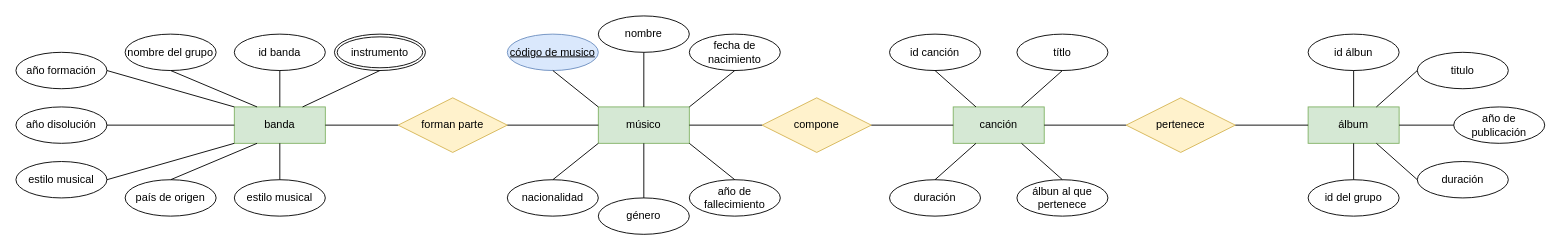
Above: page "Paso 3" (3 of 4) of Tareas/Tema 2/Tarea 11/Ejercicio11.drawio in JCarlosAR032/base-de-datos (draw.io), before the change. Source tidied: cells renumbered, new cells numbered last; positions are measured from the earlier drawing's top-left corner, leaving out a move shared by most shapes. Both pictures are drawn from the tidied source at 91%, with x=0, y=0 at pixel (15, 15).
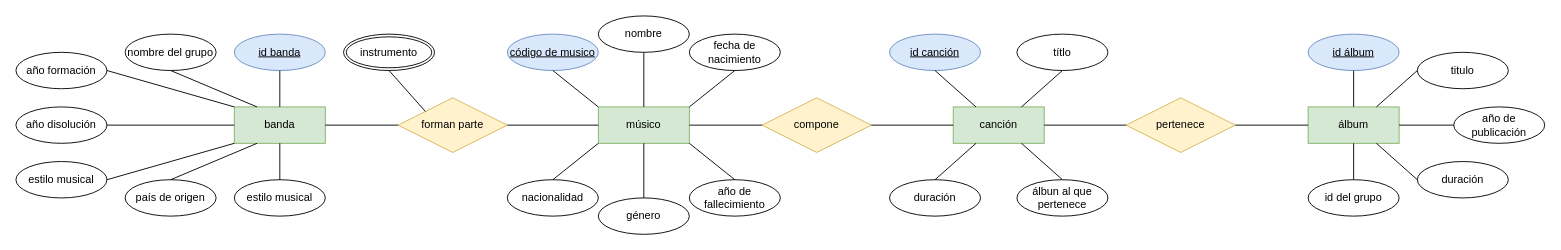
The same page after the edit.

The change refers to these unchanged cells:
```xml
<mxCell id="4" value="forman parte" style="shape=rhombus;perimeter=rhombusPerimeter;whiteSpace=wrap;html=1;align=center;fillColor=#fff2cc;strokeColor=#d6b656;" parent="1" vertex="1">
  <mxGeometry x="420" y="90" width="120" height="60" as="geometry" />
</mxCell>
<mxCell id="5" value="banda" style="whiteSpace=wrap;html=1;align=center;fillColor=#d5e8d4;strokeColor=#82b366;" parent="1" vertex="1">
  <mxGeometry x="240" y="100" width="100" height="40" as="geometry" />
</mxCell>
```

The edit, as a diff of the source:
```diff
@@
-    <mxCell id="27" value="id banda" style="ellipse;whiteSpace=wrap;html=1;align=center;" parent="1" vertex="1">
+    <mxCell id="27" value="&lt;u&gt;id banda&lt;/u&gt;" style="ellipse;whiteSpace=wrap;html=1;align=center;fillColor=#dae8fc;strokeColor=#6c8ebf;" parent="1" vertex="1">
       <mxGeometry x="240" y="20" width="100" height="40" as="geometry" />
     </mxCell>
@@
-    <mxCell id="41" value="id álbun" style="ellipse;whiteSpace=wrap;html=1;align=center;" parent="1" vertex="1">
+    <mxCell id="41" value="&lt;u&gt;id álbum&lt;/u&gt;" style="ellipse;whiteSpace=wrap;html=1;align=center;fillColor=#dae8fc;strokeColor=#6c8ebf;" parent="1" vertex="1">
       <mxGeometry x="1420" y="20" width="100" height="40" as="geometry" />
     </mxCell>
@@
-    <mxCell id="51" value="id canción" style="ellipse;whiteSpace=wrap;html=1;align=center;" parent="1" vertex="1">
+    <mxCell id="51" value="&lt;u&gt;id canción&lt;/u&gt;" style="ellipse;whiteSpace=wrap;html=1;align=center;fillColor=#dae8fc;strokeColor=#6c8ebf;" parent="1" vertex="1">
       <mxGeometry x="960" y="20" width="100" height="40" as="geometry" />
     </mxCell>
@@
     <mxCell id="59" value="instrumento" style="ellipse;shape=doubleEllipse;margin=3;whiteSpace=wrap;html=1;align=center;" parent="1" vertex="1">
-      <mxGeometry x="350" y="20" width="100" height="40" as="geometry" />
+      <mxGeometry x="360" y="20" width="100" height="40" as="geometry" />
     </mxCell>
-    <mxCell id="60" style="endArrow=none;html=1;rounded=0;entryX=0.5;entryY=1;entryDx=0;entryDy=0;exitX=0.75;exitY=0;exitDx=0;exitDy=0;" parent="1" edge="1" source="5" target="59">
+    <mxCell id="60" style="endArrow=none;html=1;rounded=0;entryX=0.5;entryY=1;entryDx=0;entryDy=0;exitX=0;exitY=0;exitDx=0;exitDy=0;" parent="1" edge="1" source="4" target="59">
       <mxGeometry relative="1" as="geometry" />
     </mxCell>
```
